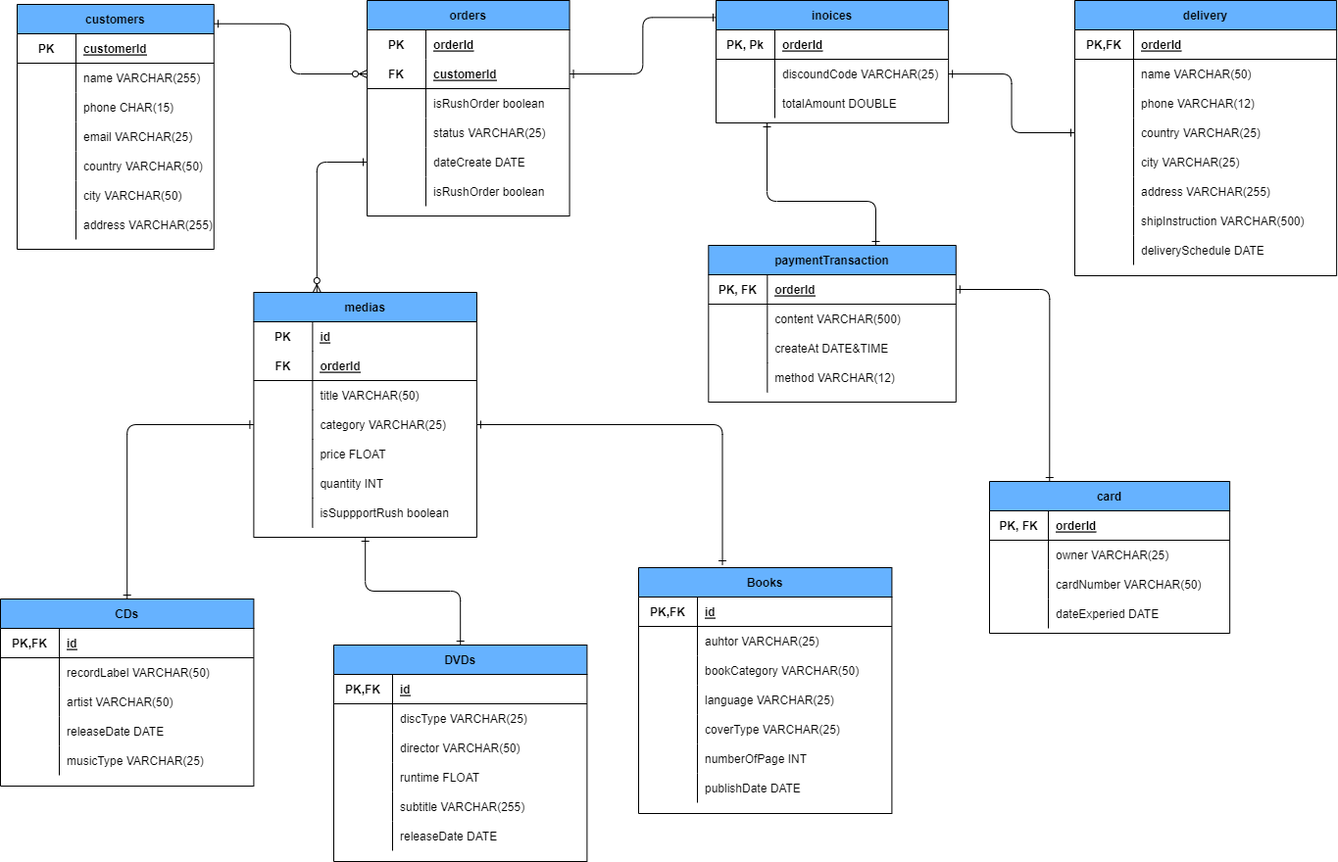
Above: DetailedDesign/DataModeling/PlaceRushOrder - Class.png in tienchuotbk/ISD.ICT.20221-20194856.HoangVanTien (draw.io), before the change. Source tidied: cells renumbered, new cells last; positions are measured from the earlier drawing's top-left corner, leaving out a move shared by most shapes.
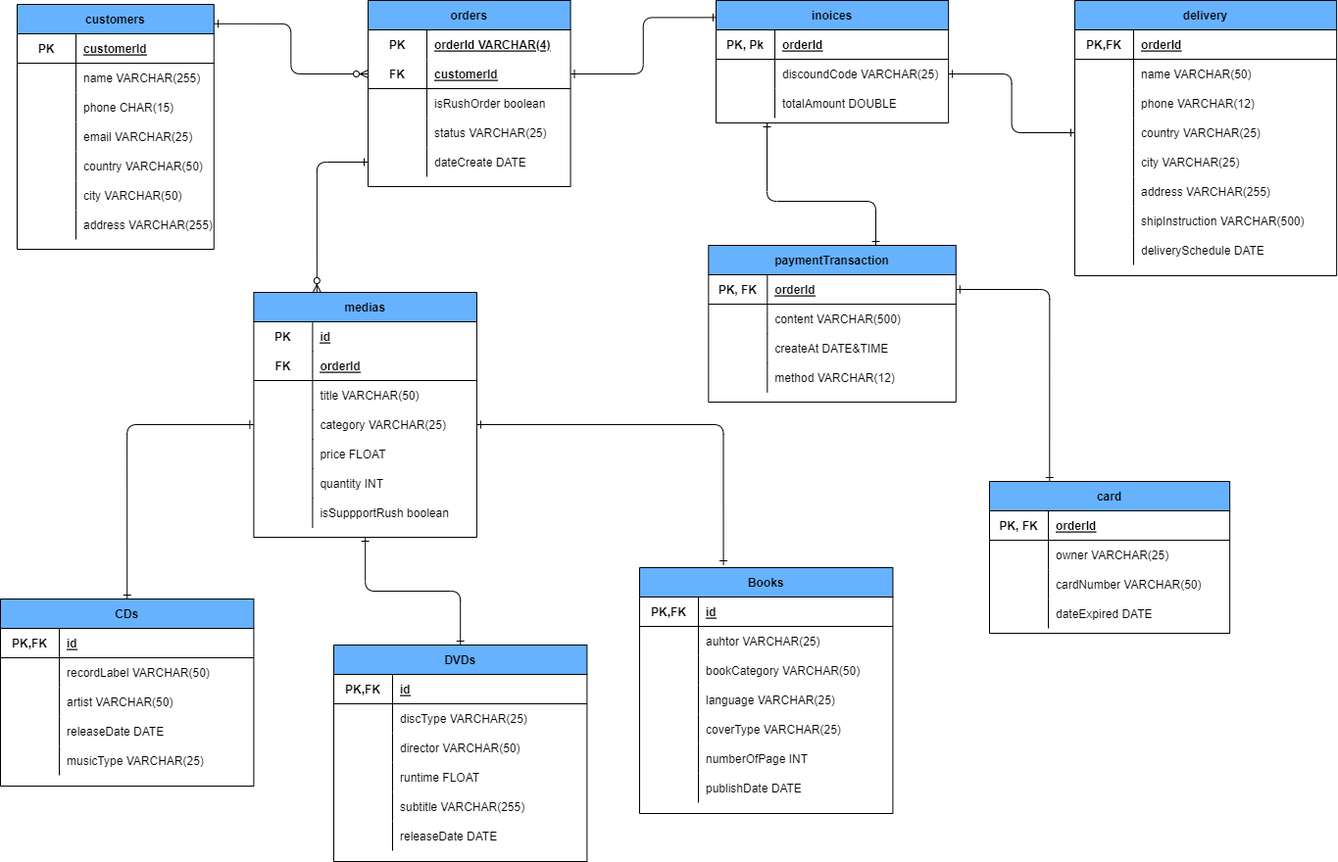
After the commit.

Change to the diagram source:
```diff
@@ -69,7 +69,7 @@
       <mxGeometry x="60" width="140.7" height="30" as="geometry" />
     </mxCell>
     <mxCell id="24" value="orders" style="shape=table;startSize=30;rowLines=0;fontStyle=1;align=center;fillColor=#66B2FF;" parent="1" vertex="1">
-      <mxGeometry x="374" width="206.5" height="220" as="geometry" />
+      <mxGeometry x="375" width="206.5" height="190" as="geometry" />
     </mxCell>
     <mxCell id="25" style="shape=tableRow;horizontal=0;startSize=0;swimlaneHead=0;swimlaneBody=0;fillColor=none;top=0;left=0;right=0;bottom=0;" parent="24" vertex="1">
       <mxGeometry y="30" width="206.5" height="30" as="geometry" />
@@ -77,7 +77,7 @@
     <mxCell id="26" value="PK" style="shape=partialRectangle;fillColor=none;top=0;left=0;bottom=0;right=0;fontStyle=1;overflow=hidden;" parent="25" vertex="1">
       <mxGeometry width="60" height="30" as="geometry" />
     </mxCell>
-    <mxCell id="27" value="orderId" style="shape=partialRectangle;fillColor=none;top=0;left=0;bottom=0;right=0;align=left;spacingLeft=6;fontStyle=5;overflow=hidden;" parent="25" vertex="1">
+    <mxCell id="27" value="orderId VARCHAR(4)" style="shape=partialRectangle;fillColor=none;top=0;left=0;bottom=0;right=0;align=left;spacingLeft=6;fontStyle=5;overflow=hidden;" parent="25" vertex="1">
       <mxGeometry x="60" width="146.5" height="30" as="geometry" />
     </mxCell>
     <mxCell id="28" style="shape=tableRow;horizontal=0;startSize=0;swimlaneHead=0;swimlaneBody=0;fillColor=none;points=[[0,0.5],[1,0.5]];portConstraint=eastwest;top=0;left=0;right=0;bottom=1;" parent="24" vertex="1">
@@ -116,15 +116,6 @@
     <mxCell id="39" value="dateCreate DATE" style="shape=partialRectangle;fillColor=none;top=0;left=0;bottom=0;right=0;align=left;spacingLeft=6;overflow=hidden;" parent="37" vertex="1">
       <mxGeometry x="60" width="146.5" height="30" as="geometry" />
     </mxCell>
-    <mxCell id="40" style="shape=tableRow;horizontal=0;startSize=0;swimlaneHead=0;swimlaneBody=0;fillColor=none;top=0;left=0;right=0;bottom=0;" parent="24" vertex="1">
-      <mxGeometry y="180" width="206.5" height="30" as="geometry" />
-    </mxCell>
-    <mxCell id="41" style="shape=partialRectangle;fillColor=none;top=0;left=0;bottom=0;right=0;overflow=hidden;" parent="40" vertex="1">
-      <mxGeometry width="60" height="30" as="geometry" />
-    </mxCell>
-    <mxCell id="42" value="isRushOrder boolean" style="shape=partialRectangle;fillColor=none;top=0;left=0;bottom=0;right=0;align=left;spacingLeft=6;overflow=hidden;" parent="40" vertex="1">
-      <mxGeometry x="60" width="146.5" height="30" as="geometry" />
-    </mxCell>
     <mxCell id="43" value="paymentTransaction" style="shape=table;startSize=30;rowLines=0;fontStyle=1;align=center;fillColor=#66B2FF;" parent="1" vertex="1">
       <mxGeometry x="722.3" y="250" width="252.5" height="160" as="geometry" />
     </mxCell>
@@ -200,7 +191,7 @@
     <mxCell id="67" style="shape=partialRectangle;fillColor=none;top=0;left=0;bottom=0;right=0;overflow=hidden;" parent="66" vertex="1">
       <mxGeometry width="60" height="30" as="geometry" />
     </mxCell>
-    <mxCell id="68" value="dateExperied DATE" style="shape=partialRectangle;fillColor=none;top=0;left=0;bottom=0;right=0;align=left;spacingLeft=6;overflow=hidden;" parent="66" vertex="1">
+    <mxCell id="68" value="dateExpired DATE" style="shape=partialRectangle;fillColor=none;top=0;left=0;bottom=0;right=0;align=left;spacingLeft=6;overflow=hidden;" parent="66" vertex="1">
       <mxGeometry x="60" width="185.1" height="30" as="geometry" />
     </mxCell>
     <mxCell id="69" style="shape=tableRow;horizontal=0;startSize=0;swimlaneHead=0;swimlaneBody=0;fillColor=none;top=0;left=0;right=0;bottom=0;" parent="1" vertex="1">
@@ -468,7 +459,7 @@
       <mxGeometry relative="1" as="geometry" />
     </mxCell>
     <mxCell id="157" value="Books" style="shape=table;startSize=30;rowLines=0;fontStyle=1;align=center;fillColor=#66B2FF;" parent="1" vertex="1">
-      <mxGeometry x="651" y="579" width="258.4" height="251" as="geometry" />
+      <mxGeometry x="652" y="579" width="258.4" height="251" as="geometry" />
     </mxCell>
     <mxCell id="158" style="shape=tableRow;horizontal=0;startSize=0;swimlaneHead=0;swimlaneBody=0;fillColor=none;top=0;left=0;right=0;bottom=1;" parent="157" vertex="1">
       <mxGeometry y="30" width="258.4" height="30" as="geometry" />
```
